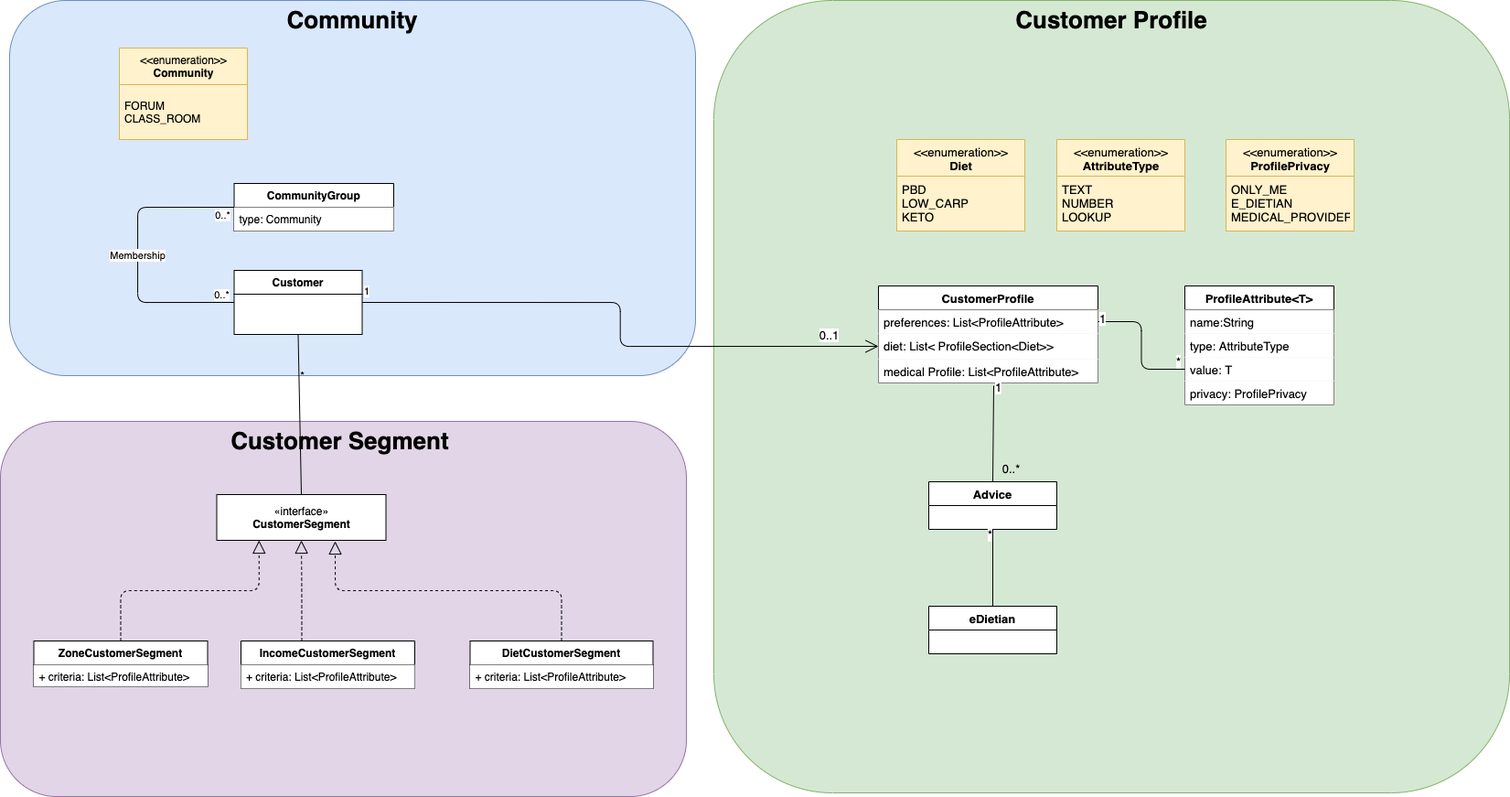
AmalKhalil/berlin-bears keeps this draw.io diagram as diagrams/data_model.png. Above is the earlier version. Source tidied: cells renumbered, new cells last; positions are measured from the earlier drawing's top-left corner, leaving out a move shared by most shapes.
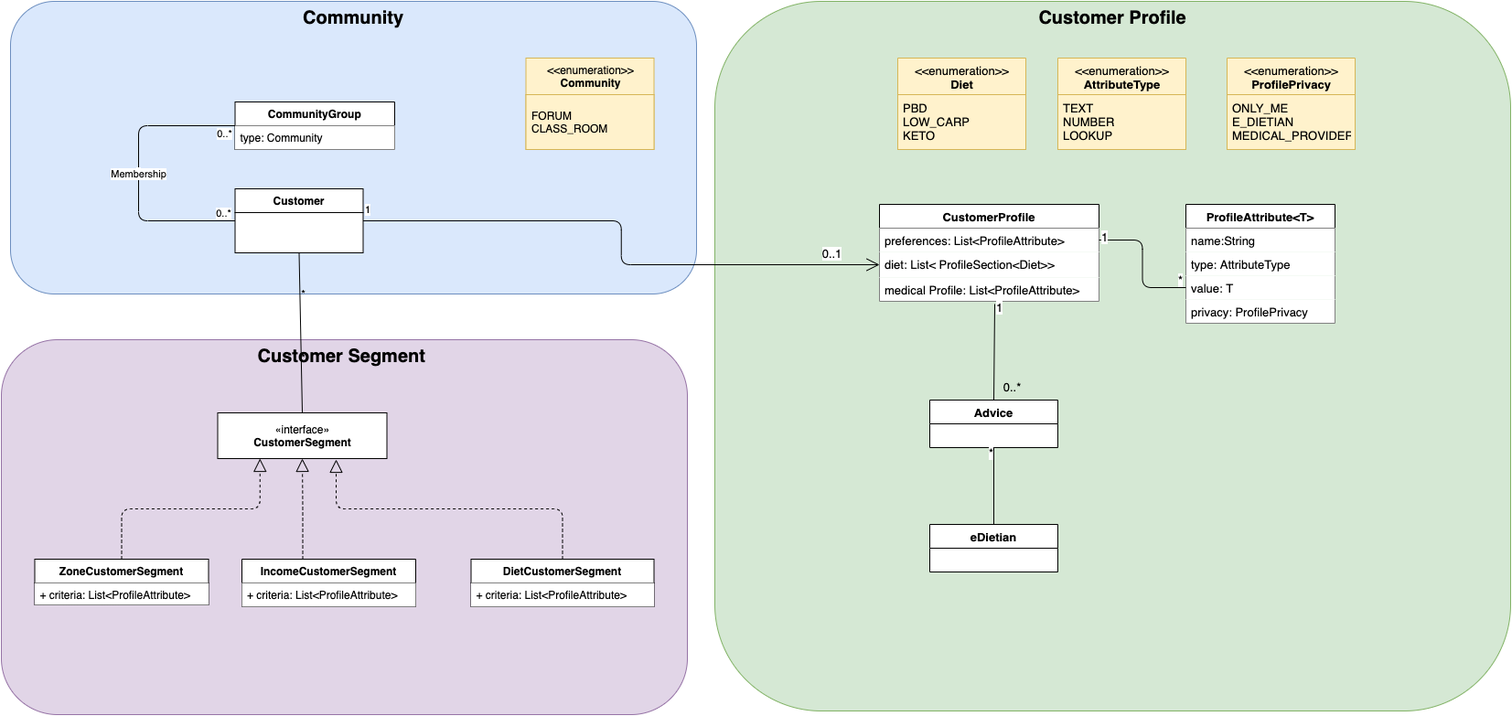
After the commit.

Change to the diagram source:
```diff
@@ -2,14 +2,14 @@
   <root>
     <mxCell id="0" />
     <mxCell id="1" parent="0" />
-    <mxCell id="2" value="Customer Profile" style="rounded=1;whiteSpace=wrap;html=1;labelBackgroundColor=none;align=center;fillColor=#d5e8d4;strokeColor=#82b366;fontStyle=1;horizontal=1;verticalAlign=top;fontSize=26;" parent="1" vertex="1">
-      <mxGeometry x="780" width="870" height="866" as="geometry" />
+    <mxCell id="2" value="Customer Profile" style="rounded=1;whiteSpace=wrap;html=1;labelBackgroundColor=none;align=center;fillColor=#d5e8d4;strokeColor=#82b366;fontStyle=1;horizontal=1;verticalAlign=top;fontSize=20;" parent="1" vertex="1">
+      <mxGeometry x="780" y="90" width="870" height="776" as="geometry" />
     </mxCell>
-    <mxCell id="3" value="Customer Segment&amp;nbsp;" style="rounded=1;whiteSpace=wrap;html=1;labelBackgroundColor=none;align=center;fillColor=#e1d5e7;strokeColor=#9673a6;fontSize=26;verticalAlign=top;fontStyle=1;" parent="1" vertex="1">
+    <mxCell id="3" value="Customer Segment&amp;nbsp;" style="rounded=1;whiteSpace=wrap;html=1;labelBackgroundColor=none;align=center;fillColor=#e1d5e7;strokeColor=#9673a6;fontSize=20;verticalAlign=top;fontStyle=1;" parent="1" vertex="1">
       <mxGeometry y="460" width="750" height="410" as="geometry" />
     </mxCell>
-    <mxCell id="4" value="Community" style="rounded=1;whiteSpace=wrap;html=1;labelBackgroundColor=none;align=center;fillColor=#dae8fc;strokeColor=#6c8ebf;verticalAlign=top;fontStyle=1;labelBorderColor=none;fontSize=26;" parent="1" vertex="1">
-      <mxGeometry x="10" width="750" height="410" as="geometry" />
+    <mxCell id="4" value="Community" style="rounded=1;whiteSpace=wrap;html=1;labelBackgroundColor=none;align=center;fillColor=#dae8fc;strokeColor=#6c8ebf;verticalAlign=top;fontStyle=1;labelBorderColor=none;fontSize=20;" parent="1" vertex="1">
+      <mxGeometry x="10" y="90" width="750" height="320" as="geometry" />
     </mxCell>
     <mxCell id="5" value="1" style="endArrow=open;html=1;endSize=12;startArrow=none;startSize=14;startFill=0;edgeStyle=orthogonalEdgeStyle;align=left;verticalAlign=bottom;entryX=0;entryY=0.5;entryDx=0;entryDy=0;exitX=1;exitY=0.5;exitDx=0;exitDy=0;" parent="1" edge="1" source="53" target="9">
       <mxGeometry x="-1" y="3" relative="1" as="geometry" />
@@ -162,7 +162,7 @@
       <mxGeometry y="40" width="140" height="60" as="geometry" />
     </mxCell>
     <mxCell id="49" value="&amp;lt;&amp;lt;enumeration&amp;gt;&amp;gt;&lt;br&gt;&lt;b&gt;Community&lt;/b&gt;" style="swimlane;fontStyle=0;align=center;verticalAlign=top;horizontal=1;startSize=40;html=1;labelBackgroundColor=none;fillColor=#fff2cc;strokeColor=#d6b656;" parent="1" vertex="1">
-      <mxGeometry x="130" y="52" width="140" height="100" as="geometry" />
+      <mxGeometry x="573.5" y="152" width="140" height="100" as="geometry" />
     </mxCell>
     <mxCell id="50" value="FORUM&lt;br&gt;CLASS_ROOM" style="text;html=1;align=left;verticalAlign=middle;spacingLeft=4;spacingRight=4;overflow=hidden;fillColor=#fff2cc;strokeColor=#d6b656;" parent="49" vertex="1">
       <mxGeometry y="40" width="140" height="60" as="geometry" />
```
